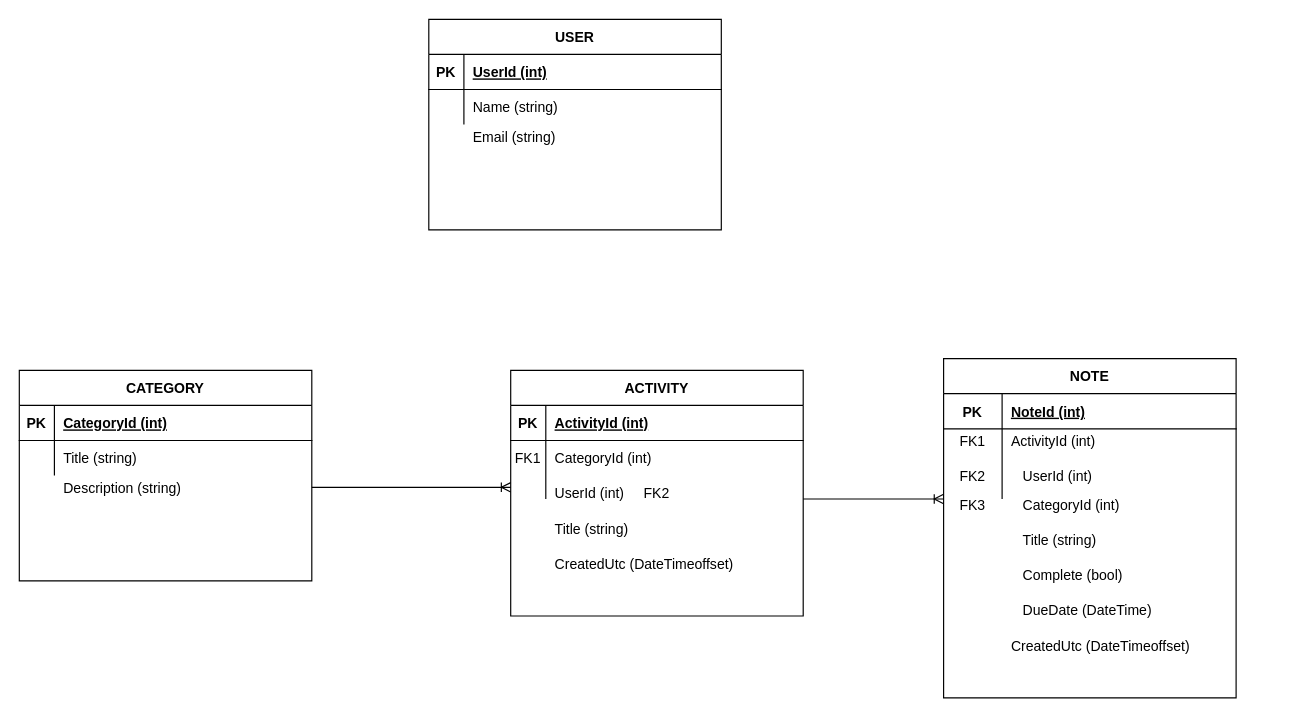
hbouwers/TaskManager keeps this draw.io diagram as Untitled Diagram.drawio. Above is the earlier version. Source tidied: cells renumbered, new cells numbered last; positions are measured from the earlier drawing's top-left corner, leaving out a move shared by most shapes. Both pictures are drawn from the tidied source at 117%, with x=0, y=0 at pixel (19, 19).
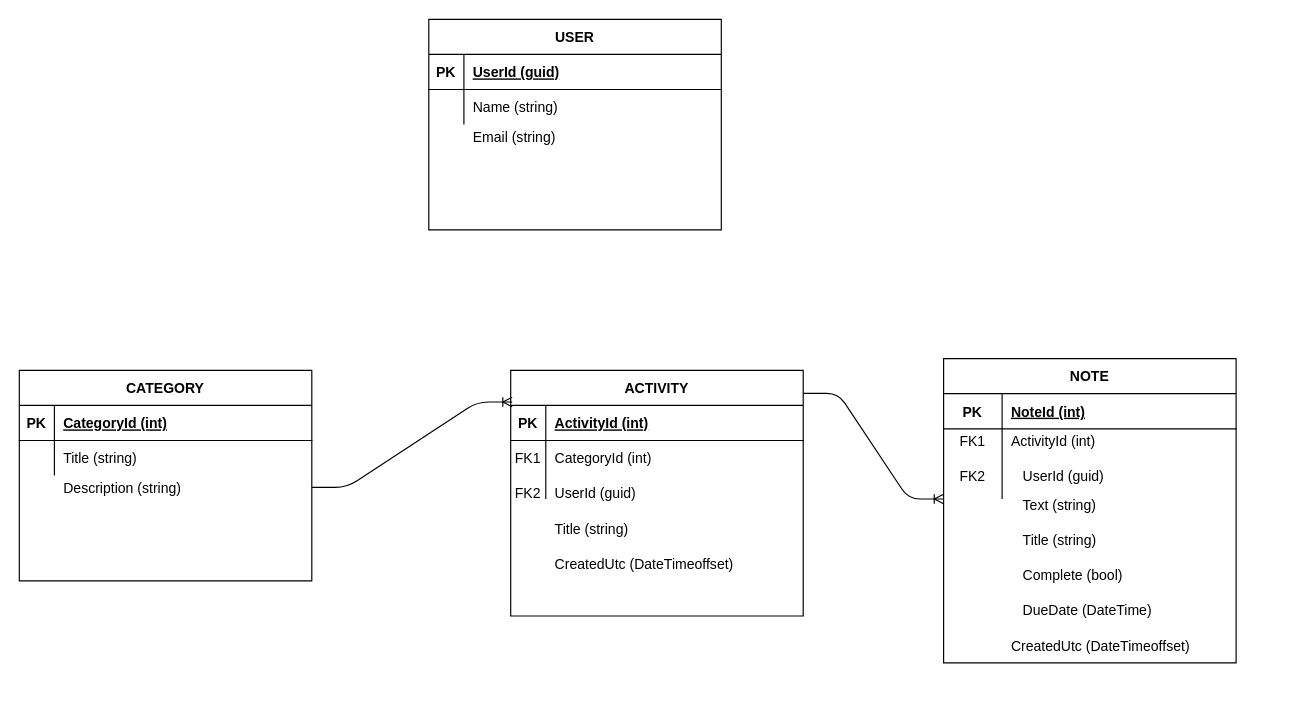
After the change.

Commit message:
finally_done_EER

The change refers to these unchanged cells:
```xml
<mxCell id="12" value="ACTIVITY" style="shape=table;startSize=30;childLayout=tableLayout;rowLines=0;fontStyle=1;align=center;" parent="1" vertex="1">
  <mxGeometry x="420" y="300" width="250" height="210" as="geometry" />
</mxCell>
<mxCell id="41" style="shape=partialRectangle;fillColor=none;top=0;left=0;right=0;bottom=1;" parent="40" vertex="1">
  <mxGeometry y="30" width="250" height="30" as="geometry" />
</mxCell>
```

Diff of the diagram source:
```diff
@@
     <mxCell id="2" value="NOTE" style="shape=table;startSize=30;childLayout=tableLayout;rowLines=0;fontStyle=1;align=center;" parent="1" vertex="1">
-      <mxGeometry x="790" y="290" width="250" height="290" as="geometry" />
+      <mxGeometry x="790" y="290" width="250" height="260" as="geometry" />
     </mxCell>
@@
-    <mxCell id="29" value="UserId (int)" style="shape=partialRectangle;overflow=hidden;fillColor=none;top=0;left=0;bottom=0;right=0;align=left;spacingLeft=6;" parent="1" vertex="1">
+    <mxCell id="29" value="UserId (guid)" style="shape=partialRectangle;overflow=hidden;fillColor=none;top=0;left=0;bottom=0;right=0;align=left;spacingLeft=6;" parent="1" vertex="1">
       <mxGeometry x="450" y="390" width="220" height="30" as="geometry" />
     </mxCell>
@@
-    <mxCell id="31" value="UserId (int)" style="shape=partialRectangle;overflow=hidden;fillColor=none;top=0;left=0;bottom=0;right=0;align=left;spacingLeft=6;" parent="1" vertex="1">
+    <mxCell id="31" value="UserId (guid)" style="shape=partialRectangle;overflow=hidden;fillColor=none;top=0;left=0;bottom=0;right=0;align=left;spacingLeft=6;" parent="1" vertex="1">
       <mxGeometry x="850" y="375" width="220" height="30" as="geometry" />
     </mxCell>
@@
-    <mxCell id="33" value="CategoryId (int)" style="shape=partialRectangle;overflow=hidden;fillColor=none;top=0;left=0;bottom=0;right=0;align=left;spacingLeft=6;" parent="1" vertex="1">
-      <mxGeometry x="850" y="400" width="220" height="30" as="geometry" />
-    </mxCell>
@@
-    <mxCell id="37" value="FK3" style="shape=partialRectangle;overflow=hidden;fillColor=none;top=0;left=0;bottom=0;right=0;" parent="1" vertex="1">
-      <mxGeometry x="790" y="400" width="50" height="30" as="geometry" />
-    </mxCell>
     <mxCell id="38" value="FK2" style="shape=partialRectangle;overflow=hidden;fillColor=none;top=0;left=0;bottom=0;right=0;" parent="1" vertex="1">
-      <mxGeometry x="530" y="390" width="30" height="30" as="geometry" />
+      <mxGeometry x="420" y="390" width="30" height="30" as="geometry" />
     </mxCell>
@@
-    <mxCell id="43" value="UserId (int)" style="shape=partialRectangle;overflow=hidden;fillColor=none;top=0;left=0;bottom=0;right=0;align=left;spacingLeft=6;fontStyle=5;" parent="41" vertex="1">
+    <mxCell id="43" value="UserId (guid)" style="shape=partialRectangle;overflow=hidden;fillColor=none;top=0;left=0;bottom=0;right=0;align=left;spacingLeft=6;fontStyle=5;" parent="41" vertex="1">
       <mxGeometry x="30" width="220" height="30" as="geometry" />
     </mxCell>
@@
-    <mxCell id="48" style="edgeStyle=entityRelationEdgeStyle;fontSize=12;html=1;endArrow=ERoneToMany;" parent="1" edge="1">
+    <mxCell id="48" style="edgeStyle=entityRelationEdgeStyle;fontSize=12;html=1;endArrow=ERoneToMany;entryX=0.005;entryY=0.129;entryDx=0;entryDy=0;entryPerimeter=0;" parent="1" edge="1" target="12">
       <mxGeometry relative="1" as="geometry">
         <mxPoint x="250" y="400" as="sourcePoint" />
-        <mxPoint x="420" y="400" as="targetPoint" />
       </mxGeometry>
     </mxCell>
-    <mxCell id="49" style="edgeStyle=entityRelationEdgeStyle;fontSize=12;html=1;endArrow=ERoneToMany;" parent="1" edge="1">
+    <mxCell id="49" style="edgeStyle=entityRelationEdgeStyle;fontSize=12;html=1;endArrow=ERoneToMany;exitX=1;exitY=0.094;exitDx=0;exitDy=0;exitPerimeter=0;" parent="1" edge="1" source="12">
       <mxGeometry relative="1" as="geometry">
-        <mxPoint x="670" y="410" as="sourcePoint" />
         <mxPoint x="790" y="410" as="targetPoint" />
       </mxGeometry>
     </mxCell>
@@
+    <mxCell id="52" value="Text (string)" style="shape=partialRectangle;overflow=hidden;fillColor=none;top=0;left=0;bottom=0;right=0;align=left;spacingLeft=6;" parent="1" vertex="1">
+      <mxGeometry x="850" y="400" width="220" height="30" as="geometry" />
+    </mxCell>
```
